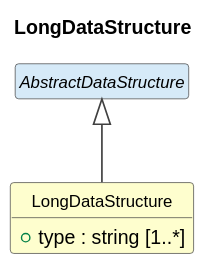
Earlier version of the PlantUML export cdif-uml-model/_plantuml/cdifDataStructure/Classes/LongDataStructure.svg (Cross-Domain-Interoperability-Framework/metadataBuildingBlocks).
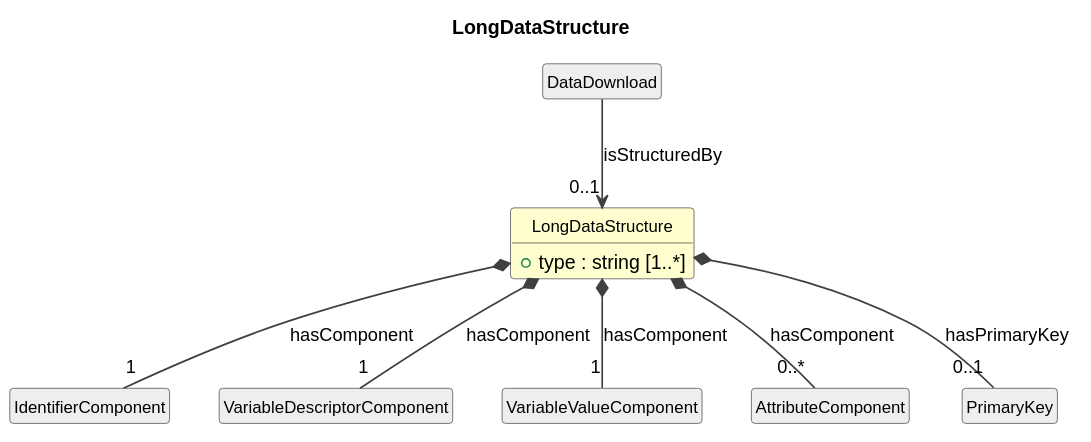
The same file after the commit.

What changed in the source:
```diff
@@ -13,6 +13,16 @@
 class "LongDataStructure" as LongDataStructure #FEFECE {
   +type : string [1..*]
 }
-abstract class "AbstractDataStructure" as AbstractDataStructure #D6EAF8
-AbstractDataStructure <|-- LongDataStructure
+class "DataDownload" as DataDownload #EEEEEE
+DataDownload --> "0..1" LongDataStructure : isStructuredBy
+class "IdentifierComponent" as IdentifierComponent #EEEEEE
+LongDataStructure *-- "1" IdentifierComponent : hasComponent
+class "VariableDescriptorComponent" as VariableDescriptorComponent #EEEEEE
+LongDataStructure *-- "1" VariableDescriptorComponent : hasComponent
+class "VariableValueComponent" as VariableValueComponent #EEEEEE
+LongDataStructure *-- "1" VariableValueComponent : hasComponent
+class "AttributeComponent" as AttributeComponent #EEEEEE
+LongDataStructure *-- "0..*" AttributeComponent : hasComponent
+class "PrimaryKey" as PrimaryKey #EEEEEE
+LongDataStructure *-- "0..1" PrimaryKey : hasPrimaryKey
 @enduml
```
